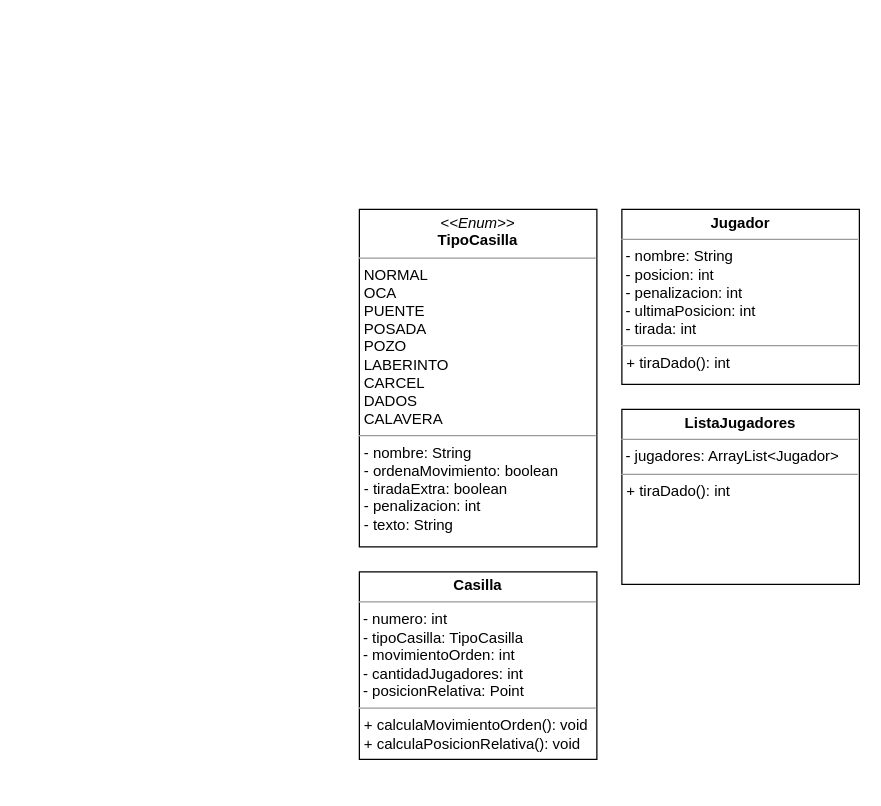
Earlier version of the draw.io diagram LaOcaUML.drawio (alopezp90/LaOca). Source tidied: cells renumbered, new cells numbered last; positions are measured from the earlier drawing's top-left corner, leaving out a move shared by most shapes. Both pictures are drawn from the tidied source at 125%, with x=0, y=0 at pixel (359, 209).
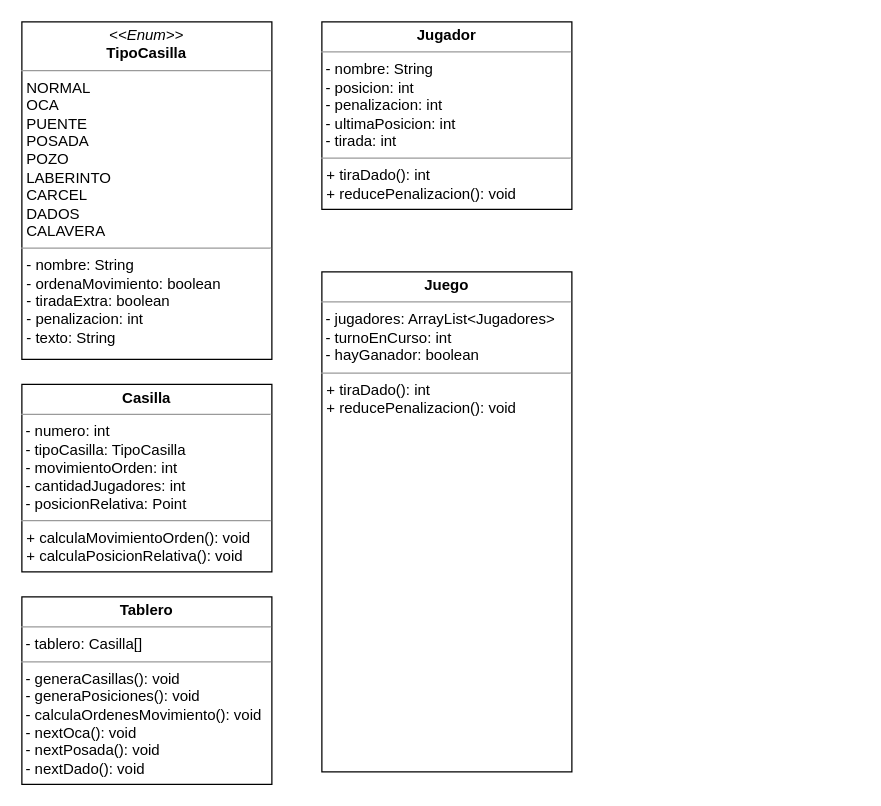
After the change.

Commit message:
Estructura UML de Casilla, Jugador y Tablero

Change to the diagram source:
```diff
@@
 <mxGraphModel>
   <root>
     <mxCell id="0" />
     <mxCell id="1" parent="0" />
     <mxCell id="2" value="&lt;p style=&quot;margin: 0px ; margin-top: 4px ; text-align: center&quot;&gt;&lt;i&gt;&amp;lt;&amp;lt;Enum&amp;gt;&amp;gt;&lt;/i&gt;&lt;br&gt;&lt;b&gt;TipoCasilla&lt;/b&gt;&lt;/p&gt;&lt;hr size=&quot;1&quot;&gt;&lt;p style=&quot;margin: 0px ; margin-left: 4px&quot;&gt;NORMAL&lt;/p&gt;&lt;p style=&quot;margin: 0px ; margin-left: 4px&quot;&gt;OCA&lt;/p&gt;&lt;p style=&quot;margin: 0px ; margin-left: 4px&quot;&gt;PUENTE&lt;/p&gt;&lt;p style=&quot;margin: 0px ; margin-left: 4px&quot;&gt;POSADA&lt;/p&gt;&lt;p style=&quot;margin: 0px ; margin-left: 4px&quot;&gt;POZO&lt;/p&gt;&lt;p style=&quot;margin: 0px ; margin-left: 4px&quot;&gt;LABERINTO&lt;/p&gt;&lt;p style=&quot;margin: 0px ; margin-left: 4px&quot;&gt;CARCEL&lt;/p&gt;&lt;p style=&quot;margin: 0px ; margin-left: 4px&quot;&gt;DADOS&lt;/p&gt;&lt;p style=&quot;margin: 0px ; margin-left: 4px&quot;&gt;CALAVERA&lt;/p&gt;&lt;hr size=&quot;1&quot;&gt;&lt;p style=&quot;margin: 0px ; margin-left: 4px&quot;&gt;- nombre: String&lt;br&gt;- ordenaMovimiento: boolean&lt;/p&gt;&lt;p style=&quot;margin: 0px ; margin-left: 4px&quot;&gt;- tiradaExtra: boolean&lt;/p&gt;&lt;p style=&quot;margin: 0px ; margin-left: 4px&quot;&gt;- penalizacion: int&lt;/p&gt;&lt;p style=&quot;margin: 0px ; margin-left: 4px&quot;&gt;- texto: String&lt;br&gt;&lt;/p&gt;" style="verticalAlign=top;align=left;overflow=fill;fontSize=12;fontFamily=Helvetica;html=1;sketch=0;glass=0;direction=west;noLabel=0;perimeter=rectanglePerimeter;rounded=0;" parent="1" vertex="1">
-      <mxGeometry width="190" height="270" as="geometry" />
+      <mxGeometry x="-270" y="-150" width="200" height="270" as="geometry" />
     </mxCell>
     <mxCell id="3" value="&lt;p style=&quot;margin: 0px ; margin-top: 4px ; text-align: center&quot;&gt;&lt;b&gt;Casilla&lt;/b&gt;&lt;/p&gt;&lt;hr size=&quot;1&quot;&gt;&lt;div&gt;&amp;nbsp;- numero: int&lt;/div&gt;&lt;div&gt;&amp;nbsp;- tipoCasilla: TipoCasilla&lt;/div&gt;&lt;div&gt;&amp;nbsp;- movimientoOrden: int&lt;br&gt;&lt;/div&gt;&lt;div&gt;&lt;div&gt;&amp;nbsp;- cantidadJugadores: int&lt;br&gt;&lt;/div&gt;&amp;nbsp;- posicionRelativa: Point&lt;/div&gt;&lt;hr size=&quot;1&quot;&gt;&lt;p style=&quot;margin: 0px ; margin-left: 4px&quot;&gt;+ calculaMovimientoOrden(): void&lt;/p&gt;&lt;p style=&quot;margin: 0px ; margin-left: 4px&quot;&gt;+ calculaPosicionRelativa(): void&lt;br&gt;&lt;/p&gt;" style="verticalAlign=top;align=left;overflow=fill;fontSize=12;fontFamily=Helvetica;html=1;rounded=0;glass=0;sketch=0;" parent="1" vertex="1">
-      <mxGeometry y="290" width="190" height="150" as="geometry" />
+      <mxGeometry x="-270" y="140" width="200" height="150" as="geometry" />
     </mxCell>
-    <mxCell id="4" value="&lt;p style=&quot;margin: 0px ; margin-top: 4px ; text-align: center&quot;&gt;&lt;b&gt;Jugador&lt;/b&gt;&lt;/p&gt;&lt;hr size=&quot;1&quot;&gt;&lt;div&gt;&amp;nbsp;- nombre: String&lt;br&gt;&lt;/div&gt;&lt;div&gt;&amp;nbsp;- posicion: int&lt;br&gt;&lt;/div&gt;&lt;div&gt;&amp;nbsp;- penalizacion: int&lt;br&gt;&lt;/div&gt;&lt;div&gt;&lt;div&gt;&amp;nbsp;- ultimaPosicion: int&lt;br&gt;&lt;/div&gt;&amp;nbsp;- tirada: int&lt;br&gt;&lt;/div&gt;&lt;hr size=&quot;1&quot;&gt;&lt;p style=&quot;margin: 0px ; margin-left: 4px&quot;&gt;+ tiraDado(): int&lt;br&gt;&lt;/p&gt;" style="verticalAlign=top;align=left;overflow=fill;fontSize=12;fontFamily=Helvetica;html=1;rounded=0;glass=0;sketch=0;" parent="1" vertex="1">
-      <mxGeometry x="210" width="190" height="140" as="geometry" />
+    <mxCell id="4" value="&lt;p style=&quot;margin: 0px ; margin-top: 4px ; text-align: center&quot;&gt;&lt;b&gt;Jugador&lt;/b&gt;&lt;/p&gt;&lt;hr size=&quot;1&quot;&gt;&lt;div&gt;&amp;nbsp;- nombre: String&lt;br&gt;&lt;/div&gt;&lt;div&gt;&amp;nbsp;- posicion: int&lt;br&gt;&lt;/div&gt;&lt;div&gt;&amp;nbsp;- penalizacion: int&lt;br&gt;&lt;/div&gt;&lt;div&gt;&lt;div&gt;&amp;nbsp;- ultimaPosicion: int&lt;br&gt;&lt;/div&gt;&amp;nbsp;- tirada: int&lt;br&gt;&lt;/div&gt;&lt;hr size=&quot;1&quot;&gt;&lt;p style=&quot;margin: 0px ; margin-left: 4px&quot;&gt;+ tiraDado(): int&lt;/p&gt;&lt;p style=&quot;margin: 0px ; margin-left: 4px&quot;&gt;+ reducePenalizacion(): void&lt;br&gt;&lt;/p&gt;" style="verticalAlign=top;align=left;overflow=fill;fontSize=12;fontFamily=Helvetica;html=1;rounded=0;glass=0;sketch=0;" parent="1" vertex="1">
+      <mxGeometry x="-30" y="-150" width="200" height="150" as="geometry" />
     </mxCell>
-    <mxCell id="5" value="&lt;p style=&quot;margin: 0px ; margin-top: 4px ; text-align: center&quot;&gt;&lt;b&gt;ListaJugadores&lt;/b&gt;&lt;/p&gt;&lt;hr size=&quot;1&quot;&gt;&lt;div&gt;&amp;nbsp;- jugadores: ArrayList&amp;lt;Jugador&amp;gt;&lt;br&gt;&lt;/div&gt;&lt;hr size=&quot;1&quot;&gt;&lt;p style=&quot;margin: 0px ; margin-left: 4px&quot;&gt;+ tiraDado(): int&lt;br&gt;&lt;/p&gt;" style="verticalAlign=top;align=left;overflow=fill;fontSize=12;fontFamily=Helvetica;html=1;rounded=0;glass=0;sketch=0;" parent="1" vertex="1">
-      <mxGeometry x="210" y="160" width="190" height="140" as="geometry" />
+    <mxCell id="5" value="&lt;p style=&quot;margin: 0px ; margin-top: 4px ; text-align: center&quot;&gt;&lt;b&gt;Tablero&lt;/b&gt;&lt;/p&gt;&lt;hr size=&quot;1&quot;&gt;&lt;div&gt;&amp;nbsp;- tablero: Casilla[]&lt;br&gt;&lt;/div&gt;&lt;hr size=&quot;1&quot;&gt;&lt;div&gt;&amp;nbsp;- generaCasillas(): void&lt;/div&gt;&lt;div&gt;&amp;nbsp;- generaPosiciones(): void&lt;br&gt;&lt;/div&gt;&lt;div&gt;&amp;nbsp;- calculaOrdenesMovimiento(): void&lt;/div&gt;&lt;div&gt;&amp;nbsp;- nextOca(): void&lt;/div&gt;&lt;div&gt;&amp;nbsp;- nextPosada(): void&lt;/div&gt;&lt;div&gt;&amp;nbsp;- nextDado(): void&lt;br&gt;&lt;/div&gt;" style="verticalAlign=top;align=left;overflow=fill;fontSize=12;fontFamily=Helvetica;html=1;rounded=0;glass=0;sketch=0;" parent="1" vertex="1">
+      <mxGeometry x="-270" y="310" width="200" height="150" as="geometry" />
     </mxCell>
+    <mxCell id="6" value="&lt;p style=&quot;margin: 0px ; margin-top: 4px ; text-align: center&quot;&gt;&lt;b&gt;Juego&lt;/b&gt;&lt;/p&gt;&lt;hr size=&quot;1&quot;&gt;&lt;div&gt;&amp;nbsp;- jugadores: ArrayList&amp;lt;Jugadores&amp;gt;&lt;br&gt;&lt;/div&gt;&lt;div&gt;&amp;nbsp;- turnoEnCurso: int&lt;br&gt;&lt;/div&gt;&lt;div&gt;&amp;nbsp;- hayGanador: boolean&lt;br&gt;&lt;/div&gt;&lt;hr size=&quot;1&quot;&gt;&lt;p style=&quot;margin: 0px ; margin-left: 4px&quot;&gt;+ tiraDado(): int&lt;/p&gt;&lt;p style=&quot;margin: 0px ; margin-left: 4px&quot;&gt;+ reducePenalizacion(): void&lt;br&gt;&lt;/p&gt;" style="verticalAlign=top;align=left;overflow=fill;fontSize=12;fontFamily=Helvetica;html=1;rounded=0;glass=0;sketch=0;" parent="1" vertex="1">
+      <mxGeometry x="-30" y="50" width="200" height="400" as="geometry" />
+    </mxCell>
   </root>
 </mxGraphModel>
```
